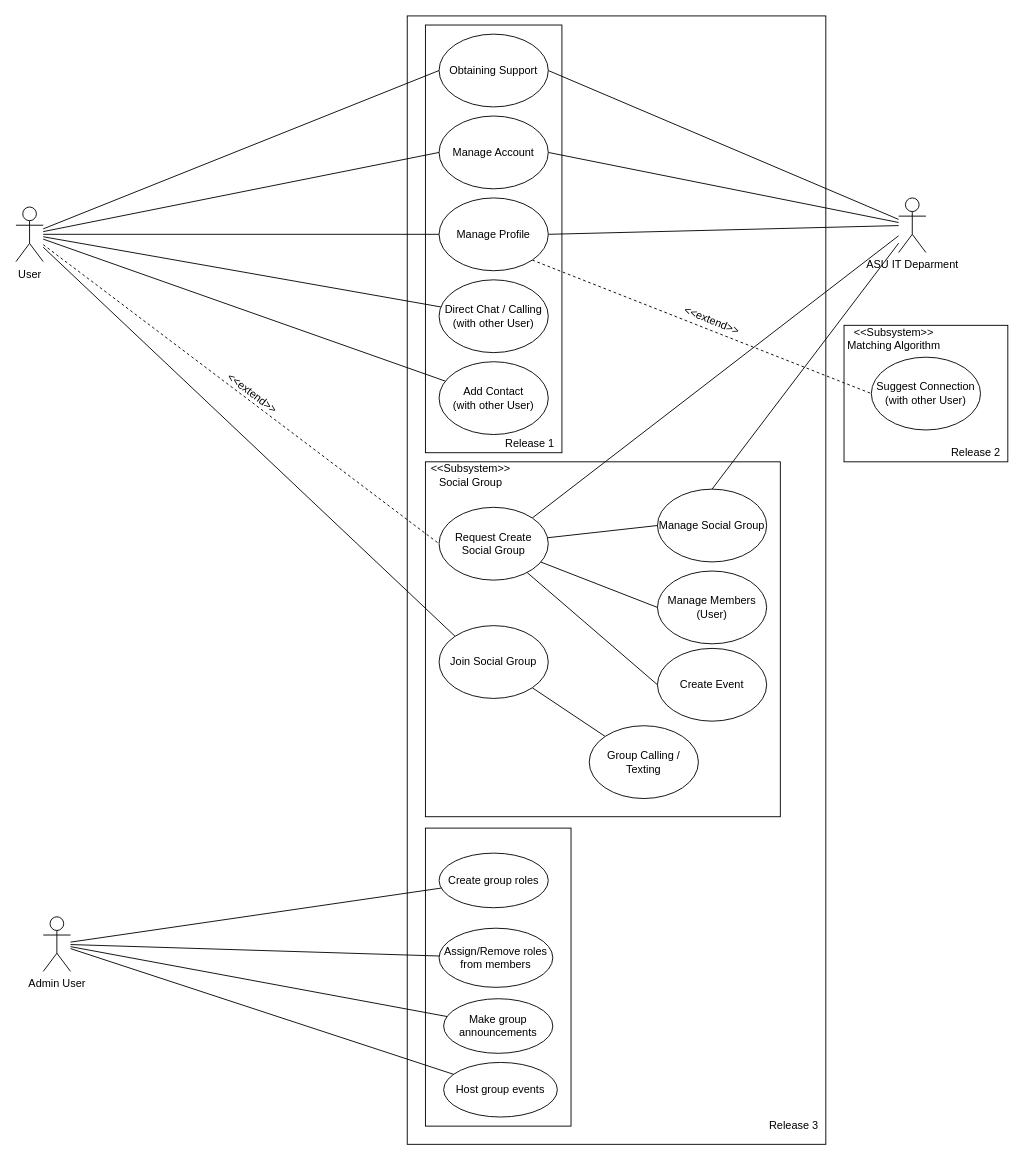
TimeBandit2k/SixFeetPlease keeps this draw.io diagram as Social Platfomer UML Diagram.drawio. Above is the earlier version. Source tidied: cells renumbered, new cells numbered last; positions are measured from the earlier drawing's top-left corner, leaving out a move shared by most shapes. Both pictures are drawn from the tidied source at 91%, with x=0, y=0 at pixel (15, 15).
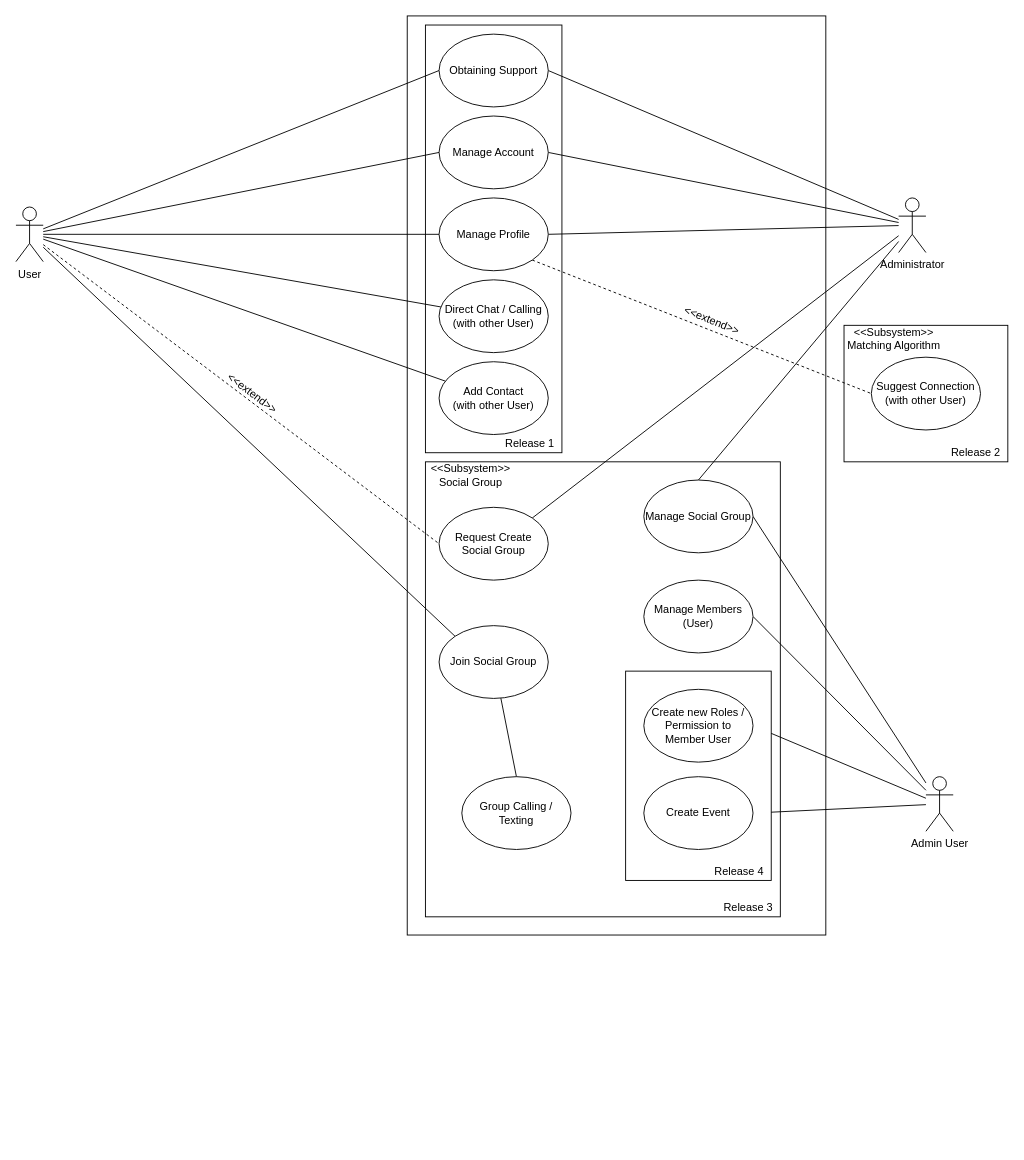
Above is the later version.

Commit message:
UML case Diagram.drawio

The change refers to these unchanged cells:
```xml
<mxCell id="31" value="Join Social Group" style="ellipse;whiteSpace=wrap;html=1;" parent="1" vertex="1">
  <mxGeometry x="465" y="670" width="120" height="80" as="geometry" />
</mxCell>
<mxCell id="39" value="Request Create Social Group" style="ellipse;whiteSpace=wrap;html=1;" parent="1" vertex="1">
  <mxGeometry x="465" y="540" width="120" height="80" as="geometry" />
</mxCell>
```

What changed in the source:
```diff
@@
     <mxCell id="2" style="whiteSpace=wrap;html=1;" parent="1" vertex="1">
-      <mxGeometry x="430" width="460" height="1240" as="geometry" />
+      <mxGeometry x="430" width="460" height="1010" as="geometry" />
     </mxCell>
     <mxCell id="3" style="whiteSpace=wrap;html=1;" parent="1" vertex="1">
-      <mxGeometry x="450" y="490" width="390" height="390" as="geometry" />
+      <mxGeometry x="450" y="490" width="390" height="500" as="geometry" />
     </mxCell>
@@
-    <mxCell id="14" style="edgeStyle=none;rounded=0;jettySize=auto;html=1;entryX=0.5;entryY=0;entryDx=0;entryDy=0;endArrow=none;endFill=0;" parent="1" edge="1" source="16" target="32">
-      <mxGeometry relative="1" as="geometry" />
-    </mxCell>
@@
-    <mxCell id="16" value="ASU IT Deparment" style="shape=umlActor;verticalLabelPosition=bottom;verticalAlign=top;html=1;outlineConnect=0;" parent="1" vertex="1">
+    <mxCell id="16" value="Administrator" style="shape=umlActor;verticalLabelPosition=bottom;verticalAlign=top;html=1;outlineConnect=0;" parent="1" vertex="1">
       <mxGeometry x="970" y="200" width="30" height="60" as="geometry" />
     </mxCell>
@@
-    <mxCell id="30" style="edgeStyle=none;rounded=0;jettySize=auto;html=1;endArrow=none;endFill=0;exitX=1;exitY=1;exitDx=0;exitDy=0;" parent="1" edge="1" source="31" target="41">
+    <mxCell id="30" style="edgeStyle=none;rounded=0;jettySize=auto;html=1;entryX=0.5;entryY=0;entryDx=0;entryDy=0;endArrow=none;endFill=0;" parent="1" edge="1" source="31" target="41">
       <mxGeometry relative="1" as="geometry" />
     </mxCell>
@@
-    <mxCell id="32" value="Manage Social Group" style="ellipse;whiteSpace=wrap;html=1;" parent="1" vertex="1">
-      <mxGeometry x="705" y="520" width="120" height="80" as="geometry" />
-    </mxCell>
-    <mxCell id="33" value="Manage Members (User)" style="ellipse;whiteSpace=wrap;html=1;" parent="1" vertex="1">
-      <mxGeometry x="705" y="610" width="120" height="80" as="geometry" />
-    </mxCell>
-    <mxCell id="34" value="Create Event" style="ellipse;whiteSpace=wrap;html=1;" parent="1" vertex="1">
-      <mxGeometry x="705" y="695" width="120" height="80" as="geometry" />
-    </mxCell>
     <mxCell id="35" value="Release 3" style="text;html=1;strokeColor=none;fillColor=none;align=center;verticalAlign=middle;whiteSpace=wrap;rounded=0;" parent="1" vertex="1">
-      <mxGeometry x="820" y="1210" width="70" height="20" as="geometry" />
+      <mxGeometry x="770" y="970" width="70" height="20" as="geometry" />
     </mxCell>
-    <mxCell id="36" style="edgeStyle=none;rounded=0;jettySize=auto;html=1;entryX=0;entryY=0.5;entryDx=0;entryDy=0;endArrow=none;endFill=0;" parent="1" edge="1" source="39" target="32">
-      <mxGeometry relative="1" as="geometry" />
-    </mxCell>
-    <mxCell id="37" style="edgeStyle=none;rounded=0;jettySize=auto;html=1;entryX=0;entryY=0.5;entryDx=0;entryDy=0;endArrow=none;endFill=0;" parent="1" edge="1" source="39" target="33">
-      <mxGeometry relative="1" as="geometry" />
-    </mxCell>
-    <mxCell id="38" style="edgeStyle=none;rounded=0;jettySize=auto;html=1;entryX=0;entryY=0.5;entryDx=0;entryDy=0;endArrow=none;endFill=0;" parent="1" edge="1" source="39" target="34">
-      <mxGeometry relative="1" as="geometry" />
-    </mxCell>
@@
     <mxCell id="41" value="Group Calling / Texting" style="ellipse;whiteSpace=wrap;html=1;" parent="1" vertex="1">
-      <mxGeometry x="630" y="780" width="120" height="80" as="geometry" />
+      <mxGeometry x="490" y="836" width="120" height="80" as="geometry" />
     </mxCell>
@@
+    <mxCell id="55" style="edgeStyle=none;rounded=0;jettySize=auto;html=1;entryX=1;entryY=0.5;entryDx=0;entryDy=0;endArrow=none;endFill=0;" parent="1" edge="1" source="45" target="33">
+      <mxGeometry relative="1" as="geometry" />
+    </mxCell>
+    <mxCell id="56" style="edgeStyle=none;rounded=0;jettySize=auto;html=1;entryX=1;entryY=0.5;entryDx=0;entryDy=0;endArrow=none;endFill=0;" parent="1" edge="1" source="45" target="32">
+      <mxGeometry relative="1" as="geometry" />
+    </mxCell>
+    <mxCell id="57" style="edgeStyle=none;rounded=0;jettySize=auto;html=1;entryX=1;entryY=0.5;entryDx=0;entryDy=0;endArrow=none;endFill=0;" parent="1" edge="1" source="45" target="34">
+      <mxGeometry relative="1" as="geometry" />
+    </mxCell>
+    <mxCell id="58" style="edgeStyle=none;rounded=0;jettySize=auto;html=1;entryX=1;entryY=0.5;entryDx=0;entryDy=0;endArrow=none;endFill=0;" parent="1" edge="1" source="45" target="59">
+      <mxGeometry relative="1" as="geometry" />
+    </mxCell>
     <mxCell id="45" value="Admin User" style="shape=umlActor;verticalLabelPosition=bottom;verticalAlign=top;html=1;" parent="1" vertex="1">
-      <mxGeometry x="30" y="990" width="30" height="60" as="geometry" />
+      <mxGeometry x="1000" y="836" width="30" height="60" as="geometry" />
     </mxCell>
     <mxCell id="46" style="html=1;" parent="1" vertex="1">
-      <mxGeometry x="450" y="892.5" width="160" height="327.5" as="geometry" />
+      <mxGeometry x="670" y="720" width="160" height="230" as="geometry" />
     </mxCell>
-    <mxCell id="47" value="Create group roles" style="ellipse;whiteSpace=wrap;html=1;" parent="1" vertex="1">
-      <mxGeometry x="465" y="920" width="120" height="60" as="geometry" />
-    </mxCell>
-    <mxCell id="48" style="endArrow=none;html=1;" parent="1" edge="1" source="45" target="47">
-      <mxGeometry relative="1" as="geometry" />
-    </mxCell>
-    <mxCell id="49" value="Assign/Remove roles from members" style="ellipse;whiteSpace=wrap;html=1;" parent="1" vertex="1">
-      <mxGeometry x="465" y="1002.5" width="125" height="65" as="geometry" />
-    </mxCell>
-    <mxCell id="50" style="endArrow=none;html=1;" parent="1" edge="1" source="45" target="49">
-      <mxGeometry relative="1" as="geometry" />
-    </mxCell>
-    <mxCell id="51" value="Make group announcements" style="ellipse;whiteSpace=wrap;html=1;" parent="1" vertex="1">
-      <mxGeometry x="470" y="1080" width="120" height="60" as="geometry" />
-    </mxCell>
-    <mxCell id="52" style="endArrow=none;html=1;" parent="1" edge="1" source="45" target="51">
-      <mxGeometry relative="1" as="geometry" />
-    </mxCell>
-    <mxCell id="53" value="Host group events" style="ellipse;whiteSpace=wrap;html=1;" parent="1" vertex="1">
-      <mxGeometry x="470" y="1150" width="125" height="60" as="geometry" />
-    </mxCell>
-    <mxCell id="54" style="endArrow=none;html=1;" parent="1" edge="1" source="45" target="53">
-      <mxGeometry relative="1" as="geometry" />
-    </mxCell>
+    <mxCell id="34" value="Create Event" style="ellipse;whiteSpace=wrap;html=1;" parent="1" vertex="1">
+      <mxGeometry x="690" y="836" width="120" height="80" as="geometry" />
+    </mxCell>
+    <mxCell id="32" value="Manage Social Group" style="ellipse;whiteSpace=wrap;html=1;" parent="1" vertex="1">
+      <mxGeometry x="690" y="510" width="120" height="80" as="geometry" />
+    </mxCell>
+    <mxCell id="14" style="edgeStyle=none;rounded=0;jettySize=auto;html=1;entryX=0.5;entryY=0;entryDx=0;entryDy=0;endArrow=none;endFill=0;" parent="1" edge="1" source="16" target="32">
+      <mxGeometry relative="1" as="geometry" />
+    </mxCell>
+    <mxCell id="33" value="Manage Members (User)" style="ellipse;whiteSpace=wrap;html=1;" parent="1" vertex="1">
+      <mxGeometry x="690" y="620" width="120" height="80" as="geometry" />
+    </mxCell>
+    <mxCell id="59" value="Create new Roles / Permission to Member User" style="ellipse;whiteSpace=wrap;html=1;" parent="1" vertex="1">
+      <mxGeometry x="690" y="740" width="120" height="80" as="geometry" />
+    </mxCell>
+    <mxCell id="60" value="Release 4" style="text;html=1;strokeColor=none;fillColor=none;align=center;verticalAlign=middle;whiteSpace=wrap;rounded=0;" parent="1" vertex="1">
+      <mxGeometry x="760" y="930" width="70" height="20" as="geometry" />
+    </mxCell>
```
